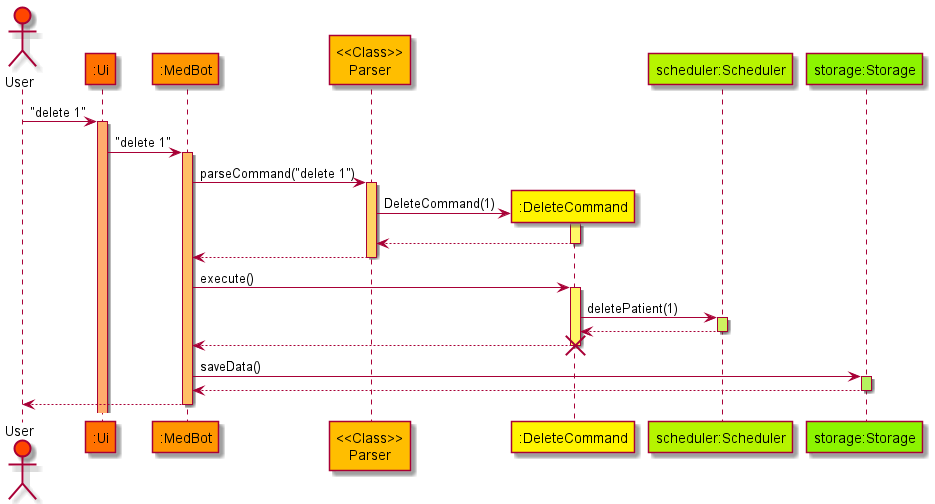
Before: docs/diagrams/MedBot_architecture.png, a diagram exported from PlantUML (nus-cs2113-AY2122S1/tp).
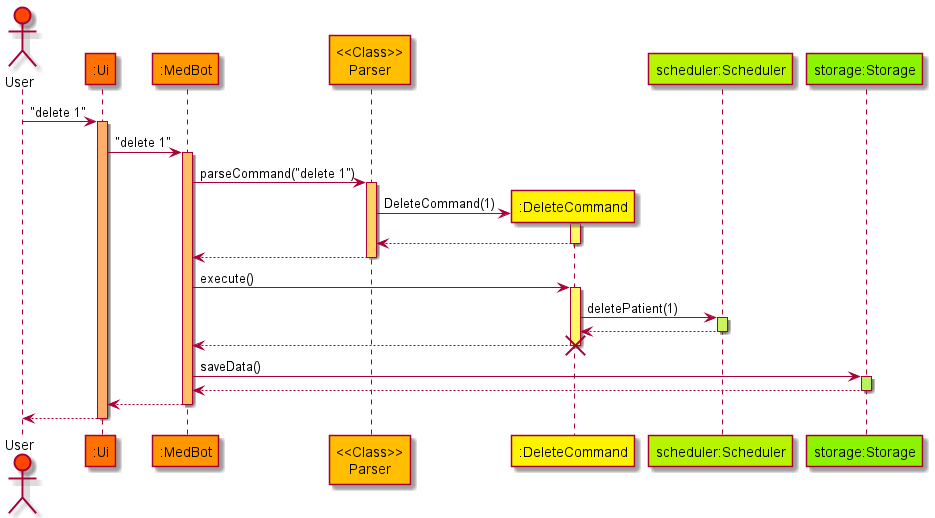
Later version of the same file.

What changed in the source:
```diff
@@ -40,6 +40,9 @@
 destroy command
 medbot -> storage ACTIVATION_COLOR_6: saveData()
 storage --> medbot
-medbot -->user
+medbot --> ui
+ui --> user
+
+
 
 @enduml
```
